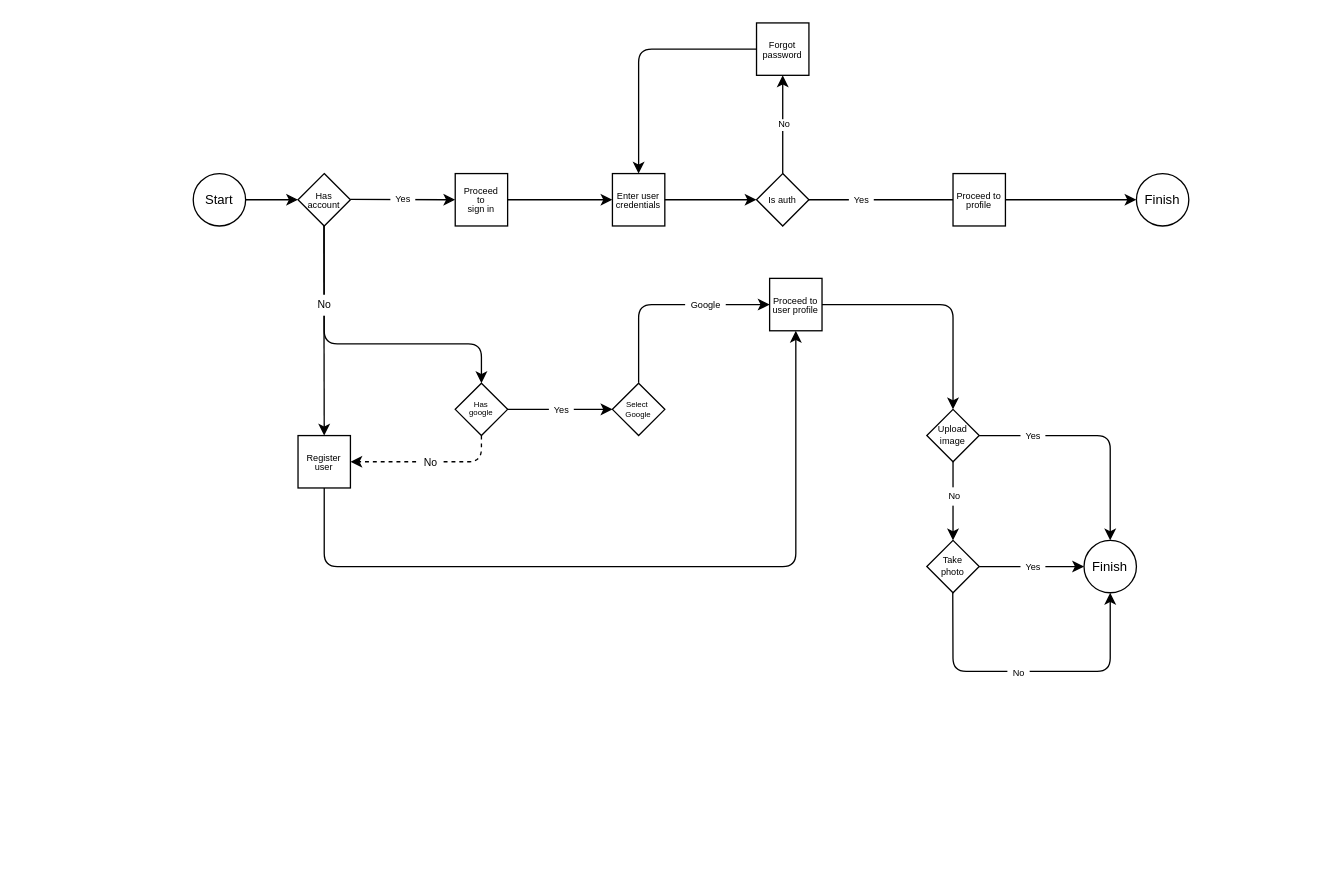
The draw.io diagram ui_ux/diagrams/users/user-auth-flow.drawio in CSCI150-LAB01/Meet_in_the_Middle, before the edit. Source tidied: cells renumbered, new cells numbered last; positions are measured from the earlier drawing's top-left corner, leaving out a move shared by most shapes. Both pictures are drawn from the tidied source at 131%, with x=0, y=0 at pixel (193, 22).
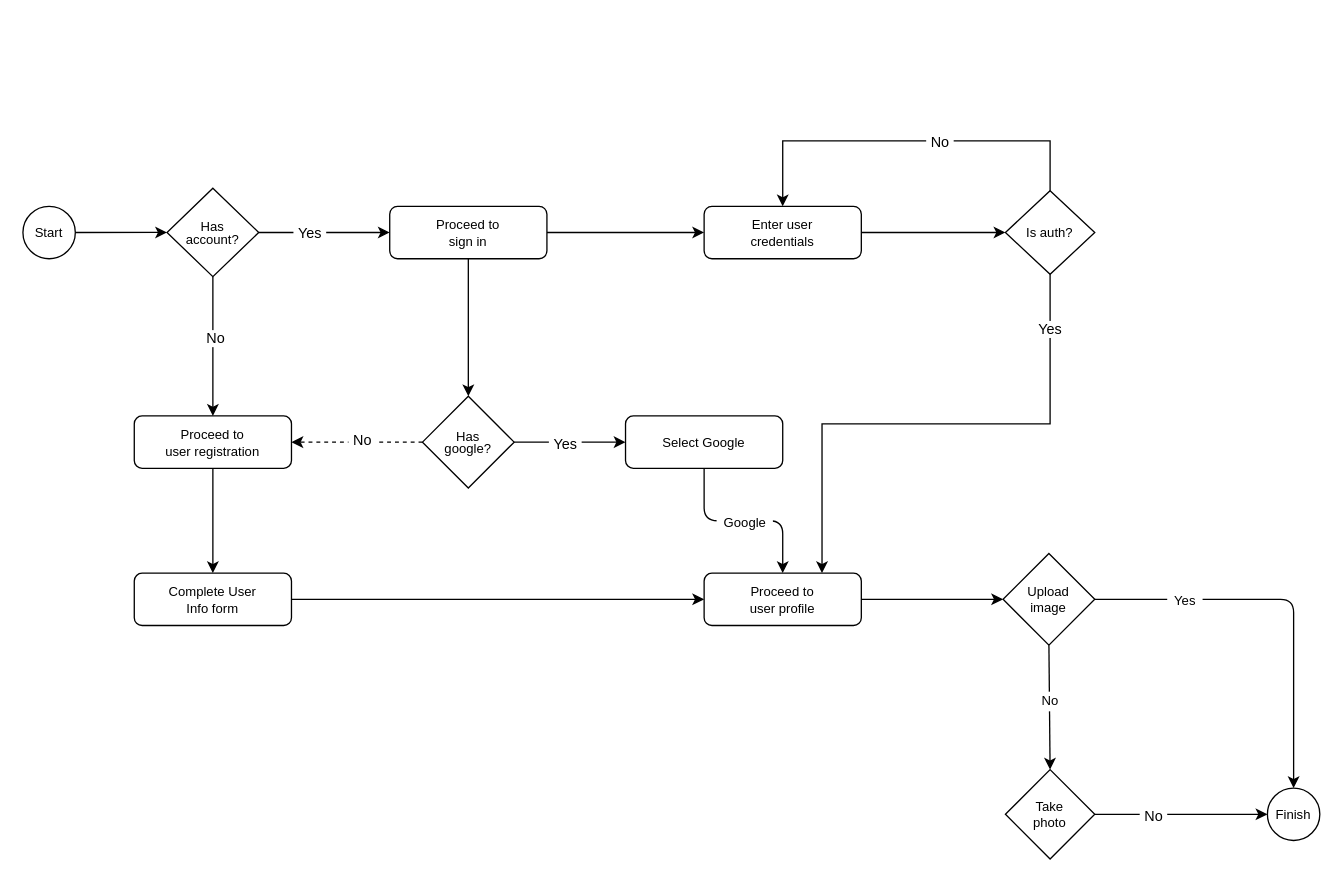
After the change.

Commit message (it also covers changes not shown here):
added users diagrams

Unchanged cells that the change refers to:
```xml
<mxCell id="28" style="endArrow=classic;html=1;fontSize=7;exitX=0.5;exitY=1;exitDx=0;exitDy=0;entryX=0.5;entryY=0;entryDx=0;entryDy=0;" parent="1" edge="1" source="25" target="30">
  <mxGeometry relative="1" as="geometry" />
</mxCell>
```

The edit, as a diff of the source:
```diff
@@
     <mxCell id="3" value="&lt;p style=&quot;line-height: 90%;&quot;&gt;&lt;font style=&quot;font-size: 10px;&quot;&gt;Start&lt;/font&gt;&lt;/p&gt;" style="ellipse;whiteSpace=wrap;html=1;" parent="1" vertex="1">
-      <mxGeometry y="115" width="40" height="40" as="geometry" />
+      <mxGeometry x="-130" y="140" width="40" height="40" as="geometry" />
     </mxCell>
-    <mxCell id="4" style="edgeStyle=none;html=1;fontSize=8;entryX=0.5;entryY=0;entryDx=0;entryDy=0;" parent="1" edge="1" source="5" target="15">
-      <mxGeometry relative="1" as="geometry">
-        <Array as="points">
-          <mxPoint x="100" y="245" />
-          <mxPoint x="220" y="245" />
-        </Array>
-      </mxGeometry>
-    </mxCell>
-    <mxCell id="5" value="&lt;p style=&quot;line-height: 100%; font-size: 7px;&quot;&gt;&lt;font style=&quot;font-size: 7px;&quot;&gt;Has&lt;br&gt;account&lt;/font&gt;&lt;/p&gt;" style="rhombus;whiteSpace=wrap;html=1;" parent="1" vertex="1">
-      <mxGeometry x="80" y="115" width="40" height="40" as="geometry" />
-    </mxCell>
-    <mxCell id="6" style="edgeStyle=none;html=1;fontSize=8;startArrow=none;" parent="1" edge="1" source="44" target="8">
-      <mxGeometry relative="1" as="geometry" />
-    </mxCell>
-    <mxCell id="7" value="&lt;p style=&quot;line-height: 100%;&quot;&gt;Proceed&lt;br&gt;to&lt;br&gt;sign in&lt;/p&gt;" style="whiteSpace=wrap;html=1;fontSize=7;" parent="1" vertex="1">
-      <mxGeometry x="200" y="115" width="40" height="40" as="geometry" />
-    </mxCell>
-    <mxCell id="8" value="&lt;font style=&quot;font-size: 10px;&quot;&gt;Finish&lt;/font&gt;" style="ellipse;whiteSpace=wrap;html=1;fontSize=7;" parent="1" vertex="1">
-      <mxGeometry x="720" y="115" width="40" height="40" as="geometry" />
-    </mxCell>
-    <mxCell id="9" style="endArrow=classic;html=1;fontSize=8;" parent="1" edge="1">
-      <mxGeometry relative="1" as="geometry">
-        <mxPoint x="120" y="134.7" as="sourcePoint" />
-        <mxPoint x="200" y="135" as="targetPoint" />
-      </mxGeometry>
-    </mxCell>
-    <mxCell id="10" value="&amp;nbsp; Yes&amp;nbsp;&amp;nbsp;" style="edgeLabel;html=1;align=center;verticalAlign=middle;fontSize=7;" parent="9" vertex="1">
-      <mxGeometry relative="1" as="geometry" />
-    </mxCell>
-    <mxCell id="11" style="edgeStyle=none;html=1;fontSize=8;exitX=0.5;exitY=1;exitDx=0;exitDy=0;entryX=0.5;entryY=1;entryDx=0;entryDy=0;" parent="1" edge="1" source="12" target="20">
-      <mxGeometry relative="1" as="geometry">
-        <Array as="points">
-          <mxPoint x="100" y="415" />
-          <mxPoint x="460" y="415" />
-        </Array>
-      </mxGeometry>
-    </mxCell>
-    <mxCell id="12" value="&lt;p style=&quot;line-height: 100%; font-size: 7px;&quot;&gt;Register&lt;br&gt;user&lt;/p&gt;" style="whiteSpace=wrap;html=1;fontSize=8;" parent="1" vertex="1">
-      <mxGeometry x="80" y="315" width="40" height="40" as="geometry" />
-    </mxCell>
-    <mxCell id="13" style="endArrow=classic;html=1;fontSize=8;entryX=0.5;entryY=0;entryDx=0;entryDy=0;" parent="1" edge="1" target="12">
-      <mxGeometry relative="1" as="geometry">
-        <mxPoint x="99.7" y="155" as="sourcePoint" />
-      </mxGeometry>
-    </mxCell>
-    <mxCell id="14" value="&lt;p style=&quot;line-height: 0%;&quot;&gt;&amp;nbsp;No&amp;nbsp;&lt;/p&gt;" style="edgeLabel;html=1;align=center;verticalAlign=middle;fontSize=8;spacingLeft=7;spacingRight=7;" parent="13" vertex="1">
-      <mxGeometry relative="1" as="geometry">
-        <mxPoint y="-20" as="offset" />
-      </mxGeometry>
-    </mxCell>
+    <mxCell id="47" style="edgeStyle=orthogonalEdgeStyle;rounded=0;jettySize=auto;html=1;dashed=1;" parent="1" edge="1" source="15" target="62">
+      <mxGeometry relative="1" as="geometry" />
+    </mxCell>
+    <mxCell id="48" value="&amp;nbsp;No&amp;nbsp;" style="edgeLabel;html=1;align=center;verticalAlign=middle;" parent="47" vertex="1">
+      <mxGeometry x="-0.07" y="-2" relative="1" as="geometry" />
+    </mxCell>
+    <mxCell id="17" style="edgeStyle=orthogonalEdgeStyle;rounded=0;jettySize=auto;html=1;" parent="1" edge="1" source="15" target="16">
+      <mxGeometry relative="1" as="geometry" />
+    </mxCell>
+    <mxCell id="49" value="&amp;nbsp;Yes&amp;nbsp;" style="edgeLabel;html=1;align=center;verticalAlign=middle;" parent="17" vertex="1">
+      <mxGeometry x="-0.11" y="-1" relative="1" as="geometry" />
+    </mxCell>
-    <mxCell id="15" value="&lt;p style=&quot;line-height: 90%; font-size: 6px;&quot;&gt;Has&lt;br&gt;google&lt;/p&gt;" style="rhombus;whiteSpace=wrap;html=1;fontSize=8;" parent="1" vertex="1">
-      <mxGeometry x="200" y="275" width="40" height="40" as="geometry" />
+    <mxCell id="15" value="&lt;p style=&quot;line-height: 90%; font-size: 10px;&quot;&gt;Has&lt;br&gt;google?&lt;/p&gt;" style="rhombus;whiteSpace=wrap;html=1;fontSize=8;" parent="1" vertex="1">
+      <mxGeometry x="175" y="285" width="70" height="70" as="geometry" />
     </mxCell>
-    <mxCell id="16" value="&lt;p style=&quot;line-height: 10%; font-size: 6px;&quot;&gt;Select&amp;nbsp;&lt;/p&gt;&lt;p style=&quot;line-height: 10%; font-size: 6px;&quot;&gt;Google&lt;/p&gt;" style="rhombus;whiteSpace=wrap;html=1;fontSize=7;" parent="1" vertex="1">
-      <mxGeometry x="320" y="275" width="40" height="40" as="geometry" />
-    </mxCell>
-    <mxCell id="17" style="endArrow=classic;html=1;fontSize=6;entryX=0;entryY=0.5;entryDx=0;entryDy=0;exitX=1;exitY=0.5;exitDx=0;exitDy=0;" parent="1" edge="1" source="15" target="16">
-      <mxGeometry relative="1" as="geometry">
-        <Array as="points">
-          <mxPoint x="280" y="295" />
-        </Array>
-      </mxGeometry>
-    </mxCell>
-    <mxCell id="18" value="&amp;nbsp; Yes&amp;nbsp;&amp;nbsp;" style="edgeLabel;html=1;align=center;verticalAlign=middle;fontSize=7;" parent="17" vertex="1">
-      <mxGeometry relative="1" as="geometry" />
-    </mxCell>
-    <mxCell id="19" style="edgeStyle=none;html=1;fontSize=7;entryX=0.5;entryY=0;entryDx=0;entryDy=0;" parent="1" edge="1" source="20" target="25">
-      <mxGeometry relative="1" as="geometry">
-        <Array as="points">
-          <mxPoint x="580" y="215" />
-        </Array>
-      </mxGeometry>
-    </mxCell>
-    <mxCell id="20" value="&lt;p style=&quot;line-height: 100%;&quot;&gt;Proceed to user profile&lt;/p&gt;" style="whiteSpace=wrap;html=1;fontSize=7;" parent="1" vertex="1">
-      <mxGeometry x="440" y="195" width="40" height="40" as="geometry" />
-    </mxCell>
-    <mxCell id="21" style="endArrow=classic;html=1;fontSize=7;entryX=0;entryY=0.5;entryDx=0;entryDy=0;" parent="1" edge="1" target="20">
+    <mxCell id="21" style="endArrow=classic;html=1;fontSize=7;entryX=0.5;entryY=0;entryDx=0;entryDy=0;exitX=0.5;exitY=1;exitDx=0;exitDy=0;" parent="1" edge="1" source="16" target="20">
       <mxGeometry relative="1" as="geometry">
-        <mxPoint x="340" y="274.6" as="sourcePoint" />
         <Array as="points">
-          <mxPoint x="340" y="245" />
-          <mxPoint x="340" y="215" />
+          <mxPoint x="390" y="380" />
+          <mxPoint x="450" y="380" />
         </Array>
       </mxGeometry>
     </mxCell>
-    <mxCell id="22" value="&amp;nbsp; Google&amp;nbsp;&amp;nbsp;" style="edgeLabel;html=1;align=center;verticalAlign=middle;fontSize=7;" parent="21" vertex="1">
-      <mxGeometry relative="1" as="geometry">
-        <mxPoint x="30" as="offset" />
-      </mxGeometry>
+    <mxCell id="22" value="&lt;font style=&quot;font-size: 10px;&quot;&gt;&amp;nbsp; Google&amp;nbsp;&amp;nbsp;&lt;/font&gt;" style="edgeLabel;html=1;align=center;verticalAlign=middle;fontSize=7;" parent="21" vertex="1">
+      <mxGeometry relative="1" as="geometry" />
     </mxCell>
-    <mxCell id="23" style="endArrow=classic;html=1;fontSize=8;exitX=0.5;exitY=1;exitDx=0;exitDy=0;entryX=1;entryY=0.5;entryDx=0;entryDy=0;dashed=1;" parent="1" edge="1" source="15" target="12">
-      <mxGeometry relative="1" as="geometry">
-        <Array as="points">
-          <mxPoint x="220" y="335" />
-          <mxPoint x="170" y="335" />
-        </Array>
-      </mxGeometry>
-    </mxCell>
-    <mxCell id="24" value="&amp;nbsp; No&amp;nbsp;&amp;nbsp;" style="edgeLabel;html=1;align=center;verticalAlign=middle;fontSize=8;" parent="23" vertex="1">
-      <mxGeometry relative="1" as="geometry" />
-    </mxCell>
-    <mxCell id="25" value="Upload&lt;br&gt;image" style="rhombus;whiteSpace=wrap;html=1;fontSize=7;" parent="1" vertex="1">
-      <mxGeometry x="560" y="295" width="40" height="40" as="geometry" />
+    <mxCell id="25" value="&lt;font style=&quot;font-size: 10px;&quot;&gt;Upload&lt;br&gt;image&lt;/font&gt;" style="rhombus;whiteSpace=wrap;html=1;fontSize=7;" parent="1" vertex="1">
+      <mxGeometry x="618.2" y="405" width="70" height="70" as="geometry" />
     </mxCell>
-    <mxCell id="26" style="endArrow=classic;html=1;fontSize=7;entryX=0.5;entryY=0;entryDx=0;entryDy=0;exitX=1;exitY=0.5;exitDx=0;exitDy=0;" parent="1" edge="1" source="25">
+    <mxCell id="26" style="endArrow=classic;html=1;fontSize=7;exitX=1;exitY=0.5;exitDx=0;exitDy=0;" parent="1" edge="1" source="25" target="35">
       <mxGeometry relative="1" as="geometry">
-        <mxPoint x="700" y="395" as="targetPoint" />
         <Array as="points">
-          <mxPoint x="700" y="315" />
+          <mxPoint x="840" y="440" />
         </Array>
       </mxGeometry>
     </mxCell>
-    <mxCell id="27" value="&amp;nbsp; Yes&amp;nbsp;&amp;nbsp;" style="edgeLabel;html=1;align=center;verticalAlign=middle;fontSize=7;" parent="26" vertex="1">
+    <mxCell id="27" value="&lt;font style=&quot;font-size: 10px;&quot;&gt;&amp;nbsp; Yes&amp;nbsp;&amp;nbsp;&lt;/font&gt;" style="edgeLabel;html=1;align=center;verticalAlign=middle;fontSize=7;" parent="26" vertex="1">
       <mxGeometry relative="1" as="geometry">
-        <mxPoint x="-50" as="offset" />
+        <mxPoint x="-80" as="offset" />
       </mxGeometry>
     </mxCell>
@@
-    <mxCell id="29" value="&lt;p style=&quot;line-height: 0%;&quot;&gt;No&lt;/p&gt;" style="edgeLabel;html=1;align=center;verticalAlign=middle;fontSize=7;" parent="28" vertex="1">
+    <mxCell id="29" value="&lt;p style=&quot;line-height: 0%;&quot;&gt;&lt;font style=&quot;font-size: 10px;&quot;&gt;No&lt;/font&gt;&lt;/p&gt;" style="edgeLabel;html=1;align=center;verticalAlign=middle;fontSize=7;" parent="28" vertex="1">
       <mxGeometry relative="1" as="geometry">
         <mxPoint y="-5" as="offset" />
       </mxGeometry>
     </mxCell>
+    <mxCell id="50" style="edgeStyle=orthogonalEdgeStyle;rounded=0;jettySize=auto;html=1;" parent="1" edge="1" source="30" target="35">
+      <mxGeometry relative="1" as="geometry" />
+    </mxCell>
+    <mxCell id="51" value="&amp;nbsp;No&amp;nbsp;" style="edgeLabel;html=1;align=center;verticalAlign=middle;" parent="50" vertex="1">
+      <mxGeometry x="-0.33" y="-1" relative="1" as="geometry" />
+    </mxCell>
-    <mxCell id="30" value="Take&lt;br&gt;photo" style="rhombus;whiteSpace=wrap;html=1;fontSize=7;" parent="1" vertex="1">
-      <mxGeometry x="560" y="395" width="40" height="40" as="geometry" />
+    <mxCell id="30" value="&lt;font style=&quot;font-size: 10px;&quot;&gt;Take&lt;br&gt;photo&lt;/font&gt;" style="rhombus;whiteSpace=wrap;html=1;fontSize=7;" parent="1" vertex="1">
+      <mxGeometry x="620" y="570" width="68.2" height="68.2" as="geometry" />
     </mxCell>
-    <mxCell id="31" style="endArrow=classic;html=1;fontSize=7;entryX=0;entryY=0.5;entryDx=0;entryDy=0;exitX=1;exitY=0.5;exitDx=0;exitDy=0;" parent="1" edge="1" source="30">
-      <mxGeometry relative="1" as="geometry">
-        <mxPoint x="680" y="415" as="targetPoint" />
-      </mxGeometry>
-    </mxCell>
-    <mxCell id="32" value="&amp;nbsp; Yes&amp;nbsp;&amp;nbsp;" style="edgeLabel;html=1;align=center;verticalAlign=middle;fontSize=7;" parent="31" vertex="1">
-      <mxGeometry relative="1" as="geometry" />
-    </mxCell>
-    <mxCell id="33" style="endArrow=classic;html=1;fontSize=7;exitX=0.5;exitY=1;exitDx=0;exitDy=0;entryX=0.5;entryY=1;entryDx=0;entryDy=0;" parent="1" edge="1" target="35">
-      <mxGeometry relative="1" as="geometry">
-        <mxPoint x="579.8" y="435" as="sourcePoint" />
-        <Array as="points">
-          <mxPoint x="580" y="495" />
-          <mxPoint x="700" y="495" />
-        </Array>
-      </mxGeometry>
-    </mxCell>
-    <mxCell id="34" value="&lt;p style=&quot;line-height: 0%;&quot;&gt;&amp;nbsp; No&amp;nbsp;&amp;nbsp;&lt;/p&gt;" style="edgeLabel;html=1;align=center;verticalAlign=middle;fontSize=7;" parent="33" vertex="1">
-      <mxGeometry relative="1" as="geometry">
-        <mxPoint x="-10" as="offset" />
-      </mxGeometry>
-    </mxCell>
     <mxCell id="35" value="&lt;font style=&quot;font-size: 10px;&quot;&gt;Finish&lt;/font&gt;" style="ellipse;whiteSpace=wrap;html=1;fontSize=7;" parent="1" vertex="1">
-      <mxGeometry x="680" y="395" width="40" height="40" as="geometry" />
+      <mxGeometry x="820" y="584.1" width="40" height="40" as="geometry" />
     </mxCell>
+    <mxCell id="52" style="edgeStyle=orthogonalEdgeStyle;rounded=0;jettySize=auto;html=1;exitX=0.5;exitY=0;exitDx=0;exitDy=0;entryX=0.5;entryY=0;entryDx=0;entryDy=0;" parent="1" edge="1" source="41" target="37">
+      <mxGeometry relative="1" as="geometry">
+        <Array as="points">
+          <mxPoint x="654" y="90" />
+          <mxPoint x="450" y="90" />
+        </Array>
+      </mxGeometry>
+    </mxCell>
+    <mxCell id="53" value="&amp;nbsp;No&amp;nbsp;" style="edgeLabel;html=1;align=center;verticalAlign=middle;" parent="52" vertex="1">
+      <mxGeometry x="-0.16" relative="1" as="geometry" />
+    </mxCell>
+    <mxCell id="54" style="edgeStyle=orthogonalEdgeStyle;rounded=0;jettySize=auto;html=1;exitX=0.5;exitY=1;exitDx=0;exitDy=0;entryX=0.75;entryY=0;entryDx=0;entryDy=0;" parent="1" edge="1" source="41" target="20">
+      <mxGeometry relative="1" as="geometry" />
+    </mxCell>
+    <mxCell id="55" value="Yes" style="edgeLabel;html=1;align=center;verticalAlign=middle;" parent="54" vertex="1">
+      <mxGeometry x="-0.69" y="-1" relative="1" as="geometry">
+        <mxPoint y="-20" as="offset" />
+      </mxGeometry>
+    </mxCell>
+    <mxCell id="41" value="&lt;p style=&quot;line-height: 100%;&quot;&gt;&lt;font style=&quot;font-size: 10px;&quot;&gt;Is auth?&lt;/font&gt;&lt;/p&gt;" style="rhombus;whiteSpace=wrap;html=1;" parent="1" vertex="1">
+      <mxGeometry x="620" y="128.1" width="68.2" height="63.8" as="geometry" />
+    </mxCell>
+    <mxCell id="56" style="edgeStyle=orthogonalEdgeStyle;rounded=0;jettySize=auto;html=1;" parent="1" edge="1" source="5" target="62">
+      <mxGeometry relative="1" as="geometry" />
+    </mxCell>
+    <mxCell id="57" value="No" style="edgeLabel;html=1;align=center;verticalAlign=middle;" parent="56" vertex="1">
+      <mxGeometry x="-0.11" y="1" relative="1" as="geometry" />
+    </mxCell>
+    <mxCell id="58" style="edgeStyle=orthogonalEdgeStyle;rounded=0;jettySize=auto;html=1;" parent="1" edge="1" source="5" target="7">
+      <mxGeometry relative="1" as="geometry" />
+    </mxCell>
+    <mxCell id="59" value="&amp;nbsp;Yes&amp;nbsp;" style="edgeLabel;html=1;align=center;verticalAlign=middle;" parent="58" vertex="1">
+      <mxGeometry x="-0.23" relative="1" as="geometry" />
+    </mxCell>
+    <mxCell id="5" value="&lt;p style=&quot;line-height: 100%; font-size: 10px;&quot;&gt;&lt;font style=&quot;font-size: 10px;&quot;&gt;Has&lt;br&gt;account?&lt;/font&gt;&lt;/p&gt;" style="rhombus;whiteSpace=wrap;html=1;" parent="1" vertex="1">
+      <mxGeometry x="-20" y="126.2" width="70" height="67.5" as="geometry" />
+    </mxCell>
+    <mxCell id="60" style="edgeStyle=orthogonalEdgeStyle;rounded=0;jettySize=auto;html=1;" parent="1" edge="1" source="7" target="15">
+      <mxGeometry relative="1" as="geometry" />
+    </mxCell>
-    <mxCell id="36" style="edgeStyle=none;html=1;fontSize=8;endArrow=classic;endFill=1;" parent="1" edge="1" source="7" target="37">
+    <mxCell id="36" style="edgeStyle=orthogonalEdgeStyle;rounded=0;jettySize=auto;html=1;exitX=1;exitY=0.5;exitDx=0;exitDy=0;" parent="1" edge="1" source="7" target="37">
       <mxGeometry relative="1" as="geometry" />
     </mxCell>
+    <mxCell id="7" value="&lt;p style=&quot;line-height: 100%;&quot;&gt;&lt;font size=&quot;1&quot;&gt;Proceed to&lt;br&gt;sign in&lt;br&gt;&lt;/font&gt;&lt;/p&gt;" style="rounded=1;whiteSpace=wrap;html=1;" parent="1" vertex="1">
+      <mxGeometry x="150" y="140" width="120" height="40" as="geometry" />
+    </mxCell>
+    <mxCell id="61" style="edgeStyle=orthogonalEdgeStyle;rounded=0;jettySize=auto;html=1;" parent="1" edge="1" source="62" target="64">
+      <mxGeometry relative="1" as="geometry" />
+    </mxCell>
+    <mxCell id="62" value="&lt;p style=&quot;line-height: 100%;&quot;&gt;&lt;font size=&quot;1&quot;&gt;Proceed to&lt;br&gt;user registration&lt;br&gt;&lt;/font&gt;&lt;/p&gt;" style="rounded=1;whiteSpace=wrap;html=1;" parent="1" vertex="1">
+      <mxGeometry x="-45" y="300" width="120" height="40" as="geometry" />
+    </mxCell>
+    <mxCell id="16" value="&lt;p style=&quot;line-height: 100%;&quot;&gt;&lt;font size=&quot;1&quot;&gt;Select Google&lt;/font&gt;&lt;/p&gt;" style="rounded=1;whiteSpace=wrap;html=1;" parent="1" vertex="1">
+      <mxGeometry x="330" y="300" width="120" height="40" as="geometry" />
+    </mxCell>
+    <mxCell id="19" style="edgeStyle=orthogonalEdgeStyle;rounded=0;jettySize=auto;html=1;" parent="1" edge="1" source="20" target="25">
+      <mxGeometry relative="1" as="geometry" />
+    </mxCell>
+    <mxCell id="20" value="&lt;p style=&quot;line-height: 0%;&quot;&gt;&lt;font size=&quot;1&quot;&gt;Proceed to&lt;/font&gt;&lt;/p&gt;&lt;p style=&quot;line-height: 0%;&quot;&gt;&lt;font size=&quot;1&quot;&gt;user profile&lt;/font&gt;&lt;/p&gt;" style="rounded=1;whiteSpace=wrap;html=1;" parent="1" vertex="1">
+      <mxGeometry x="390" y="420" width="120" height="40" as="geometry" />
+    </mxCell>
+    <mxCell id="38" style="edgeStyle=orthogonalEdgeStyle;rounded=0;jettySize=auto;html=1;exitX=1;exitY=0.5;exitDx=0;exitDy=0;" parent="1" edge="1" source="37" target="41">
+      <mxGeometry relative="1" as="geometry" />
+    </mxCell>
-    <mxCell id="37" value="&lt;p style=&quot;line-height: 100%;&quot;&gt;Enter user credentials&lt;/p&gt;" style="whiteSpace=wrap;html=1;fontSize=7;" parent="1" vertex="1">
-      <mxGeometry x="320" y="115" width="40" height="40" as="geometry" />
+    <mxCell id="37" value="&lt;p style=&quot;line-height: 0%;&quot;&gt;&lt;font size=&quot;1&quot;&gt;Enter user&lt;/font&gt;&lt;/p&gt;&lt;p style=&quot;line-height: 0%;&quot;&gt;&lt;font size=&quot;1&quot;&gt;credentials&lt;/font&gt;&lt;/p&gt;" style="rounded=1;whiteSpace=wrap;html=1;" parent="1" vertex="1">
+      <mxGeometry x="390" y="140" width="120" height="40" as="geometry" />
     </mxCell>
-    <mxCell id="38" style="edgeStyle=none;html=1;fontSize=8;startArrow=none;endArrow=classic;endFill=1;" parent="1" edge="1" source="37" target="41">
-      <mxGeometry relative="1" as="geometry" />
-    </mxCell>
-    <mxCell id="39" style="edgeStyle=none;html=1;exitX=0.5;exitY=0;exitDx=0;exitDy=0;fontSize=7;endArrow=classic;endFill=1;" parent="1" edge="1" source="41" target="46">
-      <mxGeometry relative="1" as="geometry" />
-    </mxCell>
-    <mxCell id="40" value="No" style="edgeLabel;html=1;align=center;verticalAlign=middle;fontSize=7;" parent="39" vertex="1">
-      <mxGeometry relative="1" as="geometry" />
-    </mxCell>
-    <mxCell id="41" value="&lt;p style=&quot;line-height: 100%; font-size: 7px;&quot;&gt;Is auth&lt;/p&gt;" style="rhombus;whiteSpace=wrap;html=1;" parent="1" vertex="1">
-      <mxGeometry x="430" y="115" width="40" height="40" as="geometry" />
-    </mxCell>
-    <mxCell id="42" style="edgeStyle=none;html=1;fontSize=8;startArrow=none;endArrow=none;" parent="1" edge="1" source="41" target="44">
-      <mxGeometry relative="1" as="geometry" />
-    </mxCell>
-    <mxCell id="43" value="&lt;font style=&quot;font-size: 7px;&quot;&gt;&amp;nbsp; Yes&amp;nbsp;&amp;nbsp;&lt;/font&gt;" style="edgeLabel;html=1;align=center;verticalAlign=middle;" parent="42" vertex="1">
-      <mxGeometry x="-0.42" y="1" relative="1" as="geometry">
-        <mxPoint x="7" y="-1" as="offset" />
-      </mxGeometry>
-    </mxCell>
-    <mxCell id="44" value="&lt;p style=&quot;line-height: 100%;&quot;&gt;Proceed to profile&lt;/p&gt;" style="whiteSpace=wrap;html=1;fontSize=7;" parent="1" vertex="1">
-      <mxGeometry x="580" y="115" width="40" height="40" as="geometry" />
-    </mxCell>
-    <mxCell id="45" style="edgeStyle=none;html=1;exitX=0;exitY=0.5;exitDx=0;exitDy=0;entryX=0.5;entryY=0;entryDx=0;entryDy=0;fontSize=7;endArrow=classic;endFill=1;" parent="1" edge="1" source="46" target="37">
-      <mxGeometry relative="1" as="geometry">
-        <Array as="points">
-          <mxPoint x="340" y="20" />
-        </Array>
-      </mxGeometry>
-    </mxCell>
-    <mxCell id="46" value="&lt;p style=&quot;line-height: 100%;&quot;&gt;Forgot password&lt;/p&gt;" style="whiteSpace=wrap;html=1;fontSize=7;" parent="1" vertex="1">
-      <mxGeometry x="430" width="40" height="40" as="geometry" />
-    </mxCell>
+    <mxCell id="63" style="edgeStyle=orthogonalEdgeStyle;rounded=0;jettySize=auto;html=1;exitX=1;exitY=0.5;exitDx=0;exitDy=0;" parent="1" edge="1" source="64" target="20">
+      <mxGeometry relative="1" as="geometry" />
+    </mxCell>
+    <mxCell id="64" value="&lt;p style=&quot;line-height: 0%;&quot;&gt;&lt;font size=&quot;1&quot;&gt;Complete User&lt;/font&gt;&lt;/p&gt;&lt;p style=&quot;line-height: 0%;&quot;&gt;&lt;font size=&quot;1&quot;&gt;Info form&lt;/font&gt;&lt;/p&gt;" style="rounded=1;whiteSpace=wrap;html=1;" parent="1" vertex="1">
+      <mxGeometry x="-45" y="420" width="120" height="40" as="geometry" />
+    </mxCell>
```
